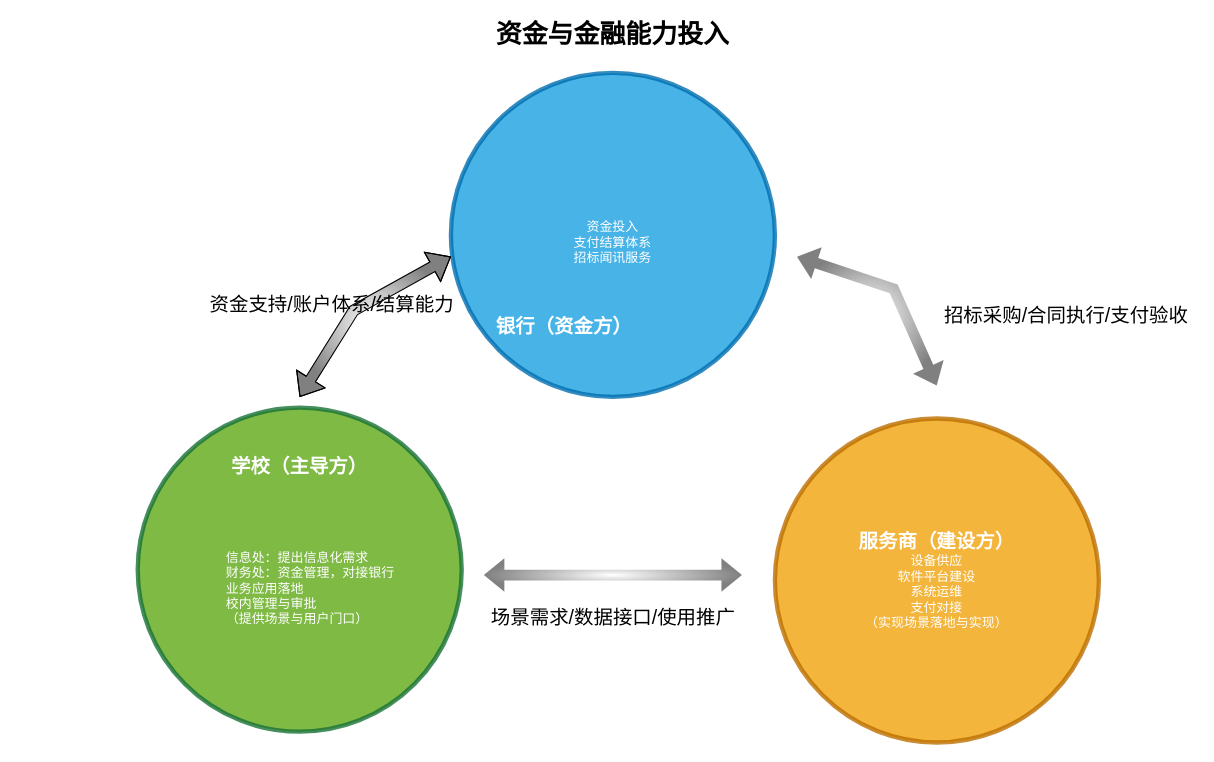
Above: page "第 17 页" (17 of 17) of 青岛恒星示意.drawio in bzerozero7/test (draw.io), before the change. Source tidied: cells renumbered, new cells numbered last; positions are measured from the earlier drawing's top-left corner, leaving out a move shared by most shapes. Both pictures are drawn from the tidied source at 108%, with x=0, y=0 at pixel (137, 18).
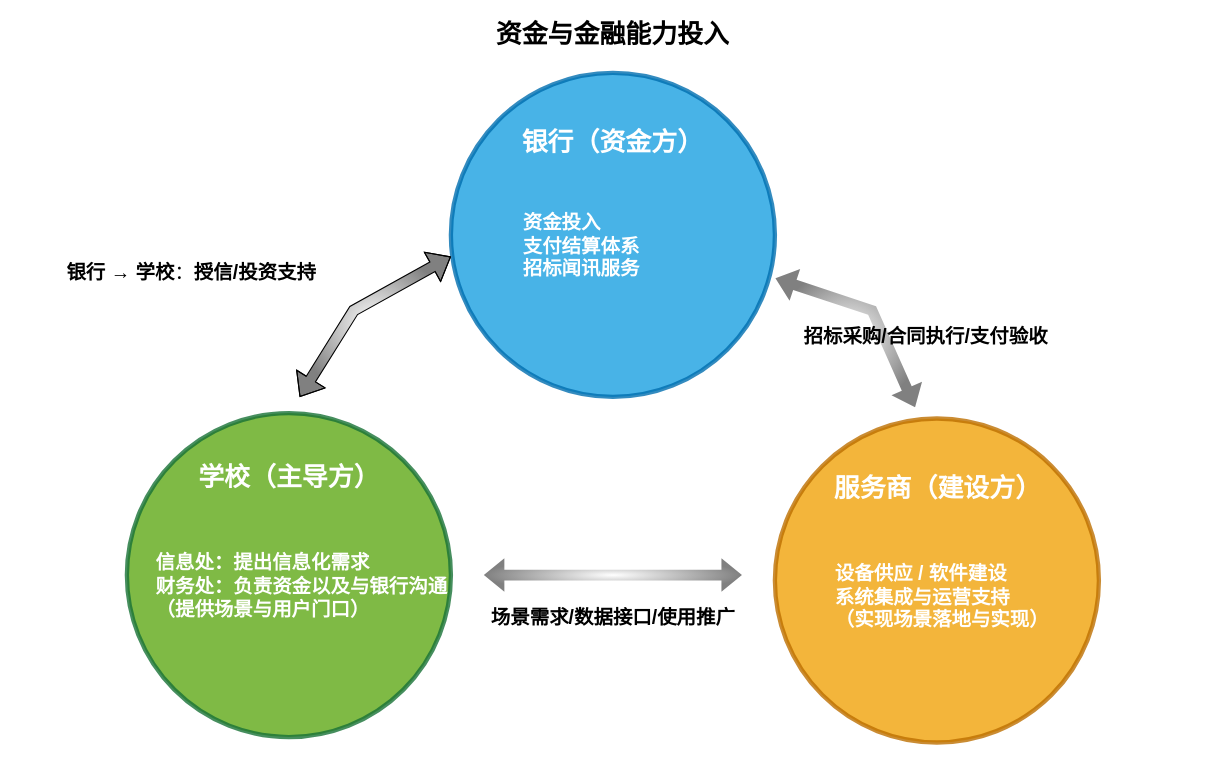
Above is the later version.

Commit message (it also covers changes not shown here):
更新青岛恒星示意.drawio

Change to the diagram source:
```diff
@@
-    <mxCell id="2" value="&lt;div style=&quot;&quot;&gt;&lt;br&gt;&lt;/div&gt;&lt;div style=&quot;&quot;&gt;&lt;font style=&quot;color: light-dark(rgb(255, 255, 255), rgb(237, 237, 237));&quot;&gt;资金投入&lt;/font&gt;&lt;/div&gt;&lt;div style=&quot;&quot;&gt;支付结算体系&lt;/div&gt;&lt;div style=&quot;&quot;&gt;&lt;font style=&quot;color: light-dark(rgb(255, 255, 255), rgb(237, 237, 237));&quot;&gt;招标闻讯服务&lt;/font&gt;&lt;/div&gt;" style="ellipse;whiteSpace=wrap;html=1;fillColor=#1ba1e2;strokeColor=#006EAF;fontColor=#ffffff;fillStyle=auto;opacity=80;strokeWidth=4;align=center;gradientColor=none;" parent="1" vertex="1">
+    <mxCell id="2" value="&lt;div style=&quot;&quot;&gt;&lt;br&gt;&lt;/div&gt;" style="ellipse;whiteSpace=wrap;html=1;fillColor=#1ba1e2;strokeColor=#006EAF;fontColor=#ffffff;fillStyle=auto;opacity=80;strokeWidth=4;align=center;gradientColor=none;" parent="1" vertex="1">
       <mxGeometry x="290" y="50" width="300" height="300" as="geometry" />
     </mxCell>
     <mxCell id="3" style="ellipse;whiteSpace=wrap;html=1;fillColor=#60a917;strokeColor=#187236;fontColor=#ffffff;strokeWidth=4;opacity=80;align=center;gradientColor=none;gradientDirection=east;" parent="1" vertex="1">
-      <mxGeometry y="360" width="300" height="300" as="geometry" />
+      <mxGeometry x="-10" y="365" width="300" height="300" as="geometry" />
     </mxCell>
-    <mxCell id="4" value="&lt;font style=&quot;color: rgb(255, 255, 255); font-size: 18px;&quot;&gt;&lt;b&gt;服务商（建设方）&lt;/b&gt;&lt;/font&gt;&lt;div&gt;&lt;div style=&quot;color: rgb(255, 255, 255);&quot;&gt;设备供应&lt;/div&gt;&lt;div style=&quot;color: rgb(255, 255, 255);&quot;&gt;软件平台建设&lt;/div&gt;&lt;div style=&quot;color: rgb(255, 255, 255);&quot;&gt;系统运维&lt;/div&gt;&lt;/div&gt;&lt;div style=&quot;color: rgb(255, 255, 255);&quot;&gt;支付对接&lt;/div&gt;&lt;div style=&quot;color: rgb(255, 255, 255);&quot;&gt;（实现场景落地与实现）&lt;/div&gt;" style="ellipse;whiteSpace=wrap;html=1;fillColor=#f0a30a;strokeColor=#BD7000;fontColor=#000000;strokeWidth=4;opacity=80;align=center;perimeterSpacing=0;gradientColor=none;gradientDirection=west;" parent="1" vertex="1">
+    <mxCell id="4" style="ellipse;whiteSpace=wrap;html=1;fillColor=#f0a30a;strokeColor=#BD7000;fontColor=#000000;strokeWidth=4;opacity=80;align=center;perimeterSpacing=0;gradientColor=none;gradientDirection=west;" parent="1" vertex="1">
       <mxGeometry x="590" y="370" width="300" height="300" as="geometry" />
     </mxCell>
@@
-    <mxCell id="8" value="&lt;font style=&quot;font-size: 18px;&quot;&gt;场景需求/数据接口/使用推广&lt;/font&gt;" style="text;html=1;whiteSpace=wrap;strokeColor=none;fillColor=none;align=center;verticalAlign=middle;rounded=0;" parent="1" vertex="1">
+    <mxCell id="8" value="&lt;font style=&quot;font-size: 18px;&quot;&gt;&lt;b&gt;场景需求/数据接口/使用推广&lt;/b&gt;&lt;/font&gt;" style="text;html=1;whiteSpace=wrap;strokeColor=none;fillColor=none;align=center;verticalAlign=middle;rounded=0;" parent="1" vertex="1">
       <mxGeometry x="317.5" y="540" width="245" height="30" as="geometry" />
     </mxCell>
-    <mxCell id="9" value="&lt;font style=&quot;font-size: 18px;&quot;&gt;资金支持/账户体系/结算能力&lt;/font&gt;" style="text;html=1;whiteSpace=wrap;strokeColor=none;fillColor=none;align=center;verticalAlign=middle;rounded=0;" parent="1" vertex="1">
-      <mxGeometry x="60" y="250" width="240" height="30" as="geometry" />
+    <mxCell id="9" value="&lt;font style=&quot;font-size: 18px;&quot;&gt;&lt;b&gt;银行 → 学校&lt;/b&gt;：&lt;strong&gt;授信/投资支持&lt;/strong&gt;&lt;/font&gt;" style="text;html=1;whiteSpace=wrap;strokeColor=none;fillColor=none;align=center;verticalAlign=middle;rounded=0;" parent="1" vertex="1">
+      <mxGeometry x="-110" y="220" width="320" height="30" as="geometry" />
     </mxCell>
     <mxCell id="10" style="shape=flexArrow;endArrow=classic;startArrow=classic;html=1;rounded=0;fillColor=default;gradientColor=#808080;gradientDirection=radial;strokeColor=none;" parent="1" edge="1">
       <mxGeometry relative="1" as="geometry">
-        <mxPoint x="610" y="220" as="sourcePoint" />
-        <mxPoint x="740" y="340" as="targetPoint" />
+        <mxPoint x="590" y="240" as="sourcePoint" />
+        <mxPoint x="720" y="360" as="targetPoint" />
         <Array as="points">
-          <mxPoint x="700" y="250" />
+          <mxPoint x="680" y="270" />
         </Array>
       </mxGeometry>
     </mxCell>
-    <mxCell id="11" value="&lt;font style=&quot;font-size: 18px;&quot;&gt;招标采购/合同执行/支付验收&lt;/font&gt;" style="text;html=1;whiteSpace=wrap;strokeColor=none;fillColor=none;align=center;verticalAlign=middle;rounded=0;" parent="1" vertex="1">
-      <mxGeometry x="740" y="260" width="240" height="30" as="geometry" />
+    <mxCell id="11" value="&lt;font style=&quot;font-size: 18px;&quot;&gt;&lt;b&gt;招标采购/合同执行/支付验收&lt;/b&gt;&lt;/font&gt;" style="text;html=1;whiteSpace=wrap;strokeColor=none;fillColor=none;align=center;verticalAlign=middle;rounded=0;" parent="1" vertex="1">
+      <mxGeometry x="610" y="280" width="240" height="30" as="geometry" />
     </mxCell>
-    <mxCell id="12" value="&lt;br&gt;&lt;div style=&quot;color: rgb(255, 255, 255);&quot;&gt;信息处：提出信息化需求&lt;/div&gt;&lt;div style=&quot;color: rgb(255, 255, 255);&quot;&gt;财务处：资金管理，对接银行&lt;/div&gt;&lt;div style=&quot;color: rgb(255, 255, 255);&quot;&gt;业务应用落地&lt;/div&gt;&lt;div style=&quot;color: rgb(255, 255, 255);&quot;&gt;校内管理与审批&lt;/div&gt;&lt;div style=&quot;color: rgb(255, 255, 255);&quot;&gt;（提供场景与用户门口）&lt;/div&gt;" style="text;html=1;whiteSpace=wrap;strokeColor=none;fillColor=none;align=left;verticalAlign=middle;rounded=0;" parent="1" vertex="1">
-      <mxGeometry x="80" y="465" width="300" height="110" as="geometry" />
+    <mxCell id="12" value="&lt;b&gt;&lt;font style=&quot;font-size: 18px;&quot;&gt;&lt;br&gt;&lt;/font&gt;&lt;/b&gt;&lt;div style=&quot;color: rgb(255, 255, 255);&quot;&gt;&lt;b&gt;&lt;font style=&quot;font-size: 18px;&quot;&gt;信息处：提出信息化需求&lt;/font&gt;&lt;/b&gt;&lt;/div&gt;&lt;div style=&quot;color: rgb(255, 255, 255);&quot;&gt;&lt;b&gt;&lt;font style=&quot;font-size: 18px;&quot;&gt;财务处：负责资金以及与银行沟通&lt;/font&gt;&lt;/b&gt;&lt;/div&gt;&lt;div style=&quot;color: rgb(255, 255, 255);&quot;&gt;&lt;b&gt;&lt;font style=&quot;font-size: 18px;&quot;&gt;（提供场景与用户门口）&lt;/font&gt;&lt;/b&gt;&lt;/div&gt;" style="text;html=1;whiteSpace=wrap;strokeColor=none;fillColor=none;align=left;verticalAlign=middle;rounded=0;" parent="1" vertex="1">
+      <mxGeometry x="15" y="460" width="300" height="110" as="geometry" />
     </mxCell>
-    <mxCell id="13" value="&lt;b style=&quot;color: rgb(255, 255, 255); font-size: 18px;&quot;&gt;学校（主导方）&lt;/b&gt;" style="text;html=1;whiteSpace=wrap;strokeColor=none;fillColor=none;align=center;verticalAlign=middle;rounded=0;" parent="1" vertex="1">
-      <mxGeometry x="85" y="380" width="130" height="70" as="geometry" />
+    <mxCell id="13" value="&lt;b style=&quot;color: rgb(255, 255, 255);&quot;&gt;&lt;font style=&quot;font-size: 24px;&quot;&gt;学校（主导方）&lt;/font&gt;&lt;/b&gt;" style="text;html=1;whiteSpace=wrap;strokeColor=none;fillColor=none;align=center;verticalAlign=middle;rounded=0;" parent="1" vertex="1">
+      <mxGeometry x="47.5" y="390" width="185" height="70" as="geometry" />
     </mxCell>
-    <mxCell id="14" value="&lt;b style=&quot;color: light-dark(rgb(255, 255, 255), rgb(237, 237, 237)); background-color: transparent; font-size: 18px;&quot;&gt;银行（资金方）&lt;/b&gt;" style="text;html=1;whiteSpace=wrap;strokeColor=none;fillColor=none;align=center;verticalAlign=middle;rounded=0;" parent="1" vertex="1">
-      <mxGeometry x="330" y="250" width="130" height="70" as="geometry" />
+    <mxCell id="14" value="&lt;b style=&quot;color: light-dark(rgb(255, 255, 255), rgb(237, 237, 237)); background-color: transparent;&quot;&gt;&lt;font style=&quot;font-size: 24px;&quot;&gt;银行（资金方）&lt;/font&gt;&lt;/b&gt;" style="text;html=1;whiteSpace=wrap;strokeColor=none;fillColor=none;align=center;verticalAlign=middle;rounded=0;" parent="1" vertex="1">
+      <mxGeometry x="345" y="80" width="190" height="70" as="geometry" />
     </mxCell>
+    <mxCell id="15" value="&lt;b&gt;&lt;font style=&quot;font-size: 18px;&quot;&gt;&lt;br&gt;&lt;/font&gt;&lt;/b&gt;&lt;div&gt;&lt;div style=&quot;color: rgb(255, 255, 255);&quot;&gt;&lt;font style=&quot;color: light-dark(rgb(255, 255, 255), rgb(237, 237, 237)); font-size: 18px;&quot;&gt;&lt;b&gt;资金投入&lt;/b&gt;&lt;/font&gt;&lt;/div&gt;&lt;div style=&quot;color: rgb(255, 255, 255);&quot;&gt;&lt;b&gt;&lt;font style=&quot;font-size: 18px;&quot;&gt;支付结算体系&lt;/font&gt;&lt;/b&gt;&lt;/div&gt;&lt;div style=&quot;color: rgb(255, 255, 255);&quot;&gt;&lt;font style=&quot;color: light-dark(rgb(255, 255, 255), rgb(237, 237, 237)); font-size: 18px;&quot;&gt;&lt;b&gt;招标闻讯服务&lt;/b&gt;&lt;/font&gt;&lt;/div&gt;&lt;/div&gt;" style="text;html=1;whiteSpace=wrap;strokeColor=none;fillColor=none;align=left;verticalAlign=middle;rounded=0;" parent="1" vertex="1">
+      <mxGeometry x="355" y="160" width="170" height="80" as="geometry" />
+    </mxCell>
+    <mxCell id="16" value="&lt;b style=&quot;color: rgb(255, 255, 255);&quot;&gt;&lt;font style=&quot;font-size: 24px;&quot;&gt;服务商（建设方）&lt;/font&gt;&lt;/b&gt;" style="text;html=1;whiteSpace=wrap;strokeColor=none;fillColor=none;align=center;verticalAlign=middle;rounded=0;" parent="1" vertex="1">
+      <mxGeometry x="643.5" y="400" width="193" height="70" as="geometry" />
+    </mxCell>
+    <mxCell id="17" value="&lt;b&gt;&lt;font style=&quot;font-size: 18px;&quot;&gt;&lt;br&gt;&lt;/font&gt;&lt;/b&gt;&lt;div&gt;&lt;div&gt;&lt;div style=&quot;color: rgb(255, 255, 255);&quot;&gt;&lt;b&gt;&lt;font style=&quot;font-size: 18px;&quot;&gt;设备供应 /&amp;nbsp;&lt;/font&gt;&lt;/b&gt;&lt;b style=&quot;color: light-dark(rgb(255, 255, 255), rgb(18, 18, 18)); background-color: transparent;&quot;&gt;&lt;font style=&quot;font-size: 18px;&quot;&gt;软件建设&lt;/font&gt;&lt;/b&gt;&lt;/div&gt;&lt;div style=&quot;color: rgb(255, 255, 255);&quot;&gt;&lt;span style=&quot;font-size: 18px;&quot;&gt;&lt;b&gt;系统集成与运营支持&lt;/b&gt;&lt;/span&gt;&lt;/div&gt;&lt;/div&gt;&lt;div style=&quot;color: rgb(255, 255, 255);&quot;&gt;&lt;b&gt;&lt;font style=&quot;font-size: 18px;&quot;&gt;（实现场景落地与实现）&lt;/font&gt;&lt;/b&gt;&lt;/div&gt;&lt;/div&gt;" style="text;html=1;whiteSpace=wrap;strokeColor=none;fillColor=none;align=left;verticalAlign=middle;rounded=0;" parent="1" vertex="1">
+      <mxGeometry x="643.5" y="470" width="235" height="110" as="geometry" />
+    </mxCell>
```
